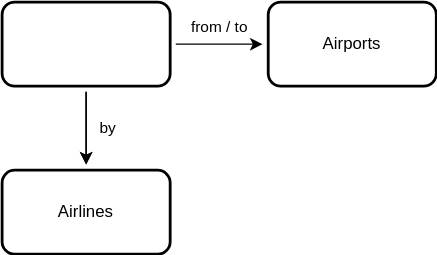
The draw.io diagram _docs/data-service.drawio.svg in capire/xflights, before a commit. Source tidied: cells renumbered, new cells last; positions are measured from the earlier drawing's top-left corner, leaving out a move shared by most shapes.
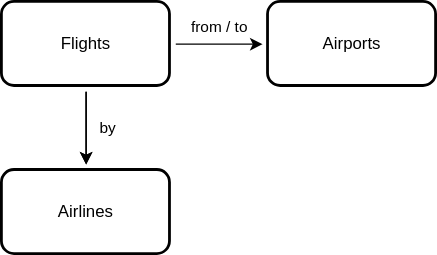
After the change.

Change to the diagram source:
```diff
@@ -11,7 +11,7 @@
     <mxCell id="4" style="edgeStyle=orthogonalEdgeStyle;rounded=0;jettySize=auto;html=1;" parent="1" edge="1" source="5" target="6">
       <mxGeometry relative="1" as="geometry" />
     </mxCell>
-    <mxCell id="5" style="rounded=1;whiteSpace=wrap;html=1;strokeWidth=2;perimeterSpacing=4;" parent="1" vertex="1">
+    <mxCell id="5" value="Flights" style="rounded=1;whiteSpace=wrap;html=1;strokeWidth=2;perimeterSpacing=4;" parent="1" vertex="1">
       <mxGeometry width="120" height="60" as="geometry" />
     </mxCell>
     <mxCell id="6" value="Airlines" style="rounded=1;whiteSpace=wrap;html=1;strokeWidth=2;perimeterSpacing=4;" parent="1" vertex="1">
```
